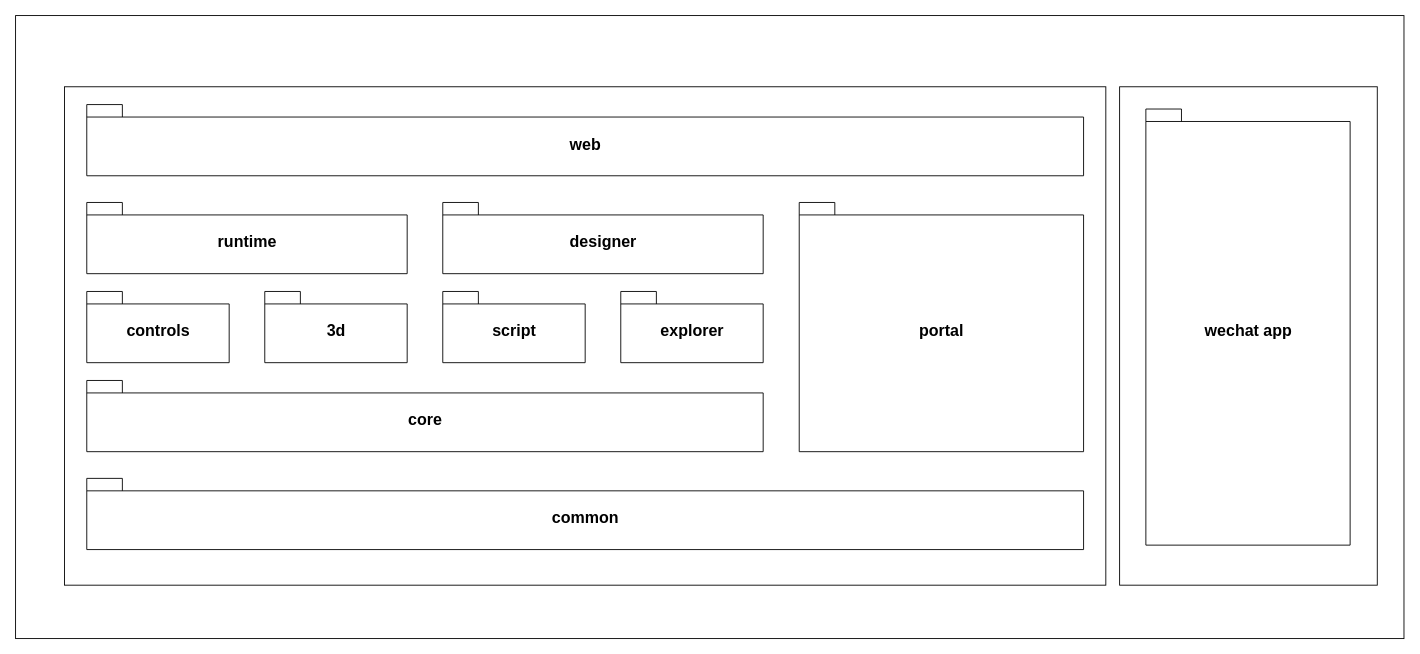
The draw.io diagram 未命名绘图.drawio in chenwei979/Ak.Projects, before the edit. Source tidied: cells renumbered, new cells numbered last; positions are measured from the earlier drawing's top-left corner, leaving out a move shared by most shapes. Both pictures are drawn from the tidied source at 89%, with x=0, y=0 at pixel (15, 15).
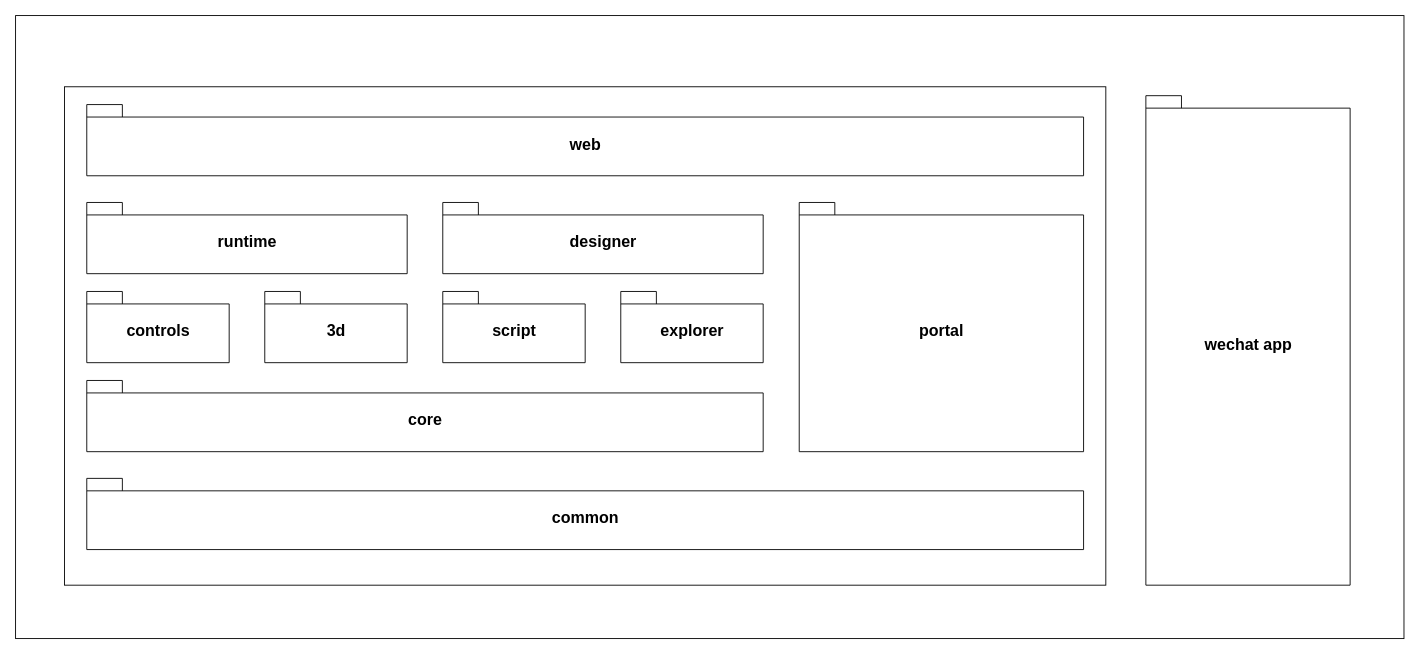
The same page after the edit.

Commit message (it also covers changes not shown here):
更新未命名绘图.drawio

The edit, as a diff of the source:
```diff
@@
 <mxGraphModel>
   <root>
     <mxCell id="0" />
     <mxCell id="1" parent="0" />
     <mxCell id="2" style="rounded=0;whiteSpace=wrap;html=1;fontSize=18;" parent="1" vertex="1">
       <mxGeometry width="1560" height="700" as="geometry" />
     </mxCell>
-    <mxCell id="3" style="rounded=0;whiteSpace=wrap;html=1;fontSize=18;" parent="1" vertex="1">
-      <mxGeometry x="1240.5" y="80" width="289.5" height="560" as="geometry" />
-    </mxCell>
     <mxCell id="4" style="rounded=0;whiteSpace=wrap;html=1;fontSize=18;" parent="1" vertex="1">
       <mxGeometry x="55" y="80" width="1170" height="560" as="geometry" />
     </mxCell>
     <mxCell id="5" value="&lt;font style=&quot;font-size: 18px;&quot;&gt;common&lt;/font&gt;" style="shape=folder;fontStyle=1;spacingTop=10;tabWidth=40;tabHeight=14;tabPosition=left;html=1;" parent="1" vertex="1">
       <mxGeometry x="80" y="520" width="1120" height="80" as="geometry" />
     </mxCell>
     <mxCell id="6" value="&lt;font style=&quot;font-size: 18px;&quot;&gt;core&lt;br&gt;&lt;/font&gt;" style="shape=folder;fontStyle=1;spacingTop=10;tabWidth=40;tabHeight=14;tabPosition=left;html=1;" parent="1" vertex="1">
       <mxGeometry x="80" y="410" width="760" height="80" as="geometry" />
     </mxCell>
     <mxCell id="7" value="&lt;font style=&quot;font-size: 18px;&quot;&gt;3d&lt;br&gt;&lt;/font&gt;" style="shape=folder;fontStyle=1;spacingTop=10;tabWidth=40;tabHeight=14;tabPosition=left;html=1;" parent="1" vertex="1">
       <mxGeometry x="280" y="310" width="160" height="80" as="geometry" />
     </mxCell>
     <mxCell id="8" value="&lt;font style=&quot;font-size: 18px;&quot;&gt;controls&lt;br&gt;&lt;/font&gt;" style="shape=folder;fontStyle=1;spacingTop=10;tabWidth=40;tabHeight=14;tabPosition=left;html=1;" parent="1" vertex="1">
       <mxGeometry x="80" y="310" width="160" height="80" as="geometry" />
     </mxCell>
     <mxCell id="9" value="&lt;font style=&quot;font-size: 18px;&quot;&gt;script&lt;br&gt;&lt;/font&gt;" style="shape=folder;fontStyle=1;spacingTop=10;tabWidth=40;tabHeight=14;tabPosition=left;html=1;" parent="1" vertex="1">
       <mxGeometry x="480" y="310" width="160" height="80" as="geometry" />
     </mxCell>
     <mxCell id="10" value="&lt;font style=&quot;font-size: 18px;&quot;&gt;explorer&lt;br&gt;&lt;/font&gt;" style="shape=folder;fontStyle=1;spacingTop=10;tabWidth=40;tabHeight=14;tabPosition=left;html=1;" parent="1" vertex="1">
       <mxGeometry x="680" y="310" width="160" height="80" as="geometry" />
     </mxCell>
     <mxCell id="11" value="&lt;font style=&quot;font-size: 18px;&quot;&gt;runtime&lt;br&gt;&lt;/font&gt;" style="shape=folder;fontStyle=1;spacingTop=10;tabWidth=40;tabHeight=14;tabPosition=left;html=1;" parent="1" vertex="1">
       <mxGeometry x="80" y="210" width="360" height="80" as="geometry" />
     </mxCell>
     <mxCell id="12" value="&lt;font style=&quot;font-size: 18px;&quot;&gt;designer&lt;br&gt;&lt;/font&gt;" style="shape=folder;fontStyle=1;spacingTop=10;tabWidth=40;tabHeight=14;tabPosition=left;html=1;" parent="1" vertex="1">
       <mxGeometry x="480" y="210" width="360" height="80" as="geometry" />
     </mxCell>
     <mxCell id="13" value="&lt;font style=&quot;font-size: 18px;&quot;&gt;portal&lt;br&gt;&lt;/font&gt;" style="shape=folder;fontStyle=1;spacingTop=10;tabWidth=40;tabHeight=14;tabPosition=left;html=1;" parent="1" vertex="1">
       <mxGeometry x="880.5" y="210" width="319.5" height="280" as="geometry" />
     </mxCell>
     <mxCell id="14" value="&lt;font style=&quot;font-size: 18px;&quot;&gt;web&lt;/font&gt;" style="shape=folder;fontStyle=1;spacingTop=10;tabWidth=40;tabHeight=14;tabPosition=left;html=1;" parent="1" vertex="1">
       <mxGeometry x="80" y="100" width="1120" height="80" as="geometry" />
     </mxCell>
     <mxCell id="15" value="&lt;font style=&quot;font-size: 18px;&quot;&gt;wechat app&lt;br&gt;&lt;/font&gt;" style="shape=folder;fontStyle=1;spacingTop=10;tabWidth=40;tabHeight=14;tabPosition=left;html=1;" parent="1" vertex="1">
-      <mxGeometry x="1270" y="105" width="229.5" height="490" as="geometry" />
+      <mxGeometry x="1270" y="90" width="229.5" height="550" as="geometry" />
     </mxCell>
   </root>
 </mxGraphModel>
```
